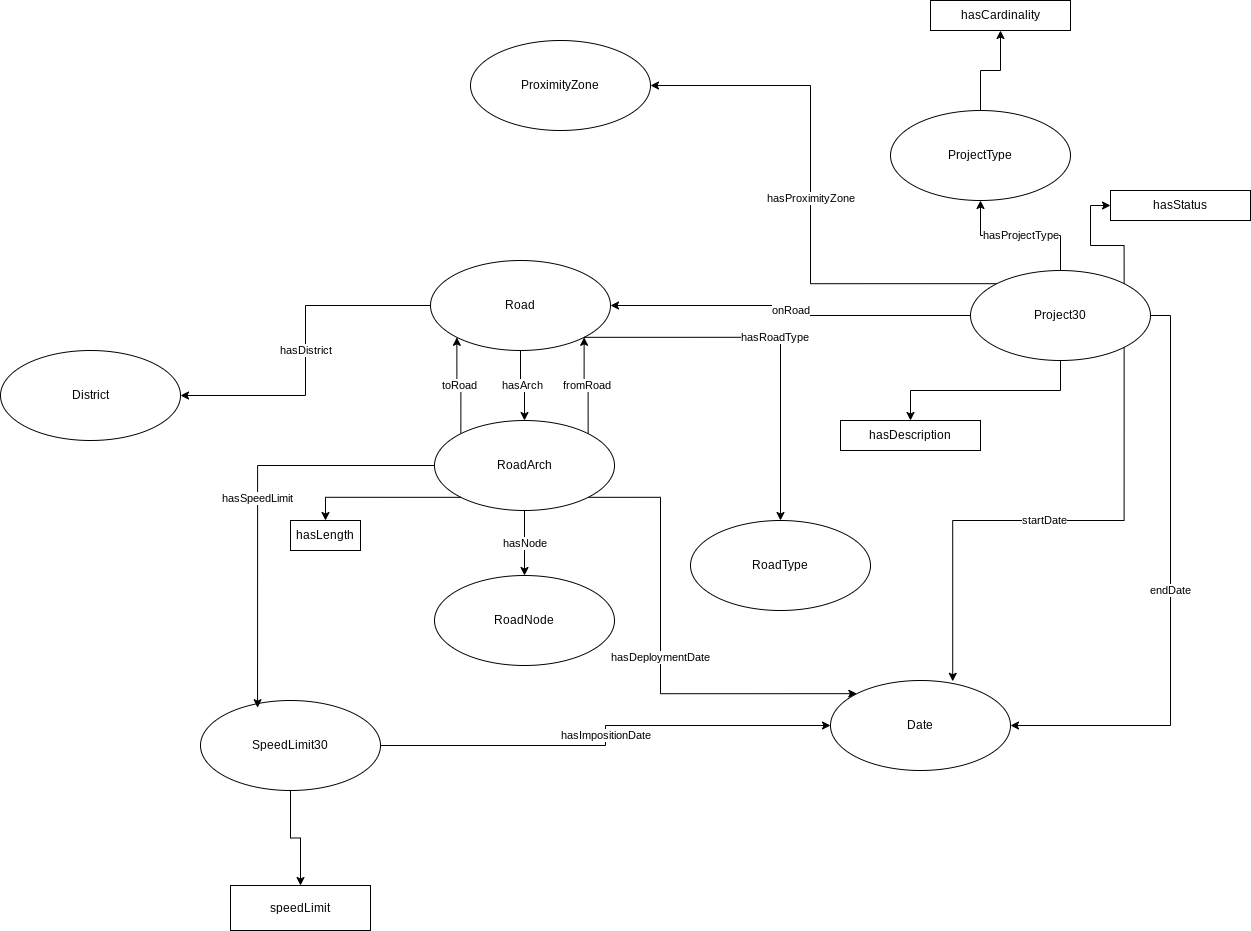
marcomartini97/BTP keeps this draw.io diagram as development/ontology/Roads-SpeedLimit-30 ontology/img/BTP_Roads.png. Above is the earlier version. Source tidied: cells renumbered, new cells last; positions are measured from the earlier drawing's top-left corner, leaving out a move shared by most shapes.
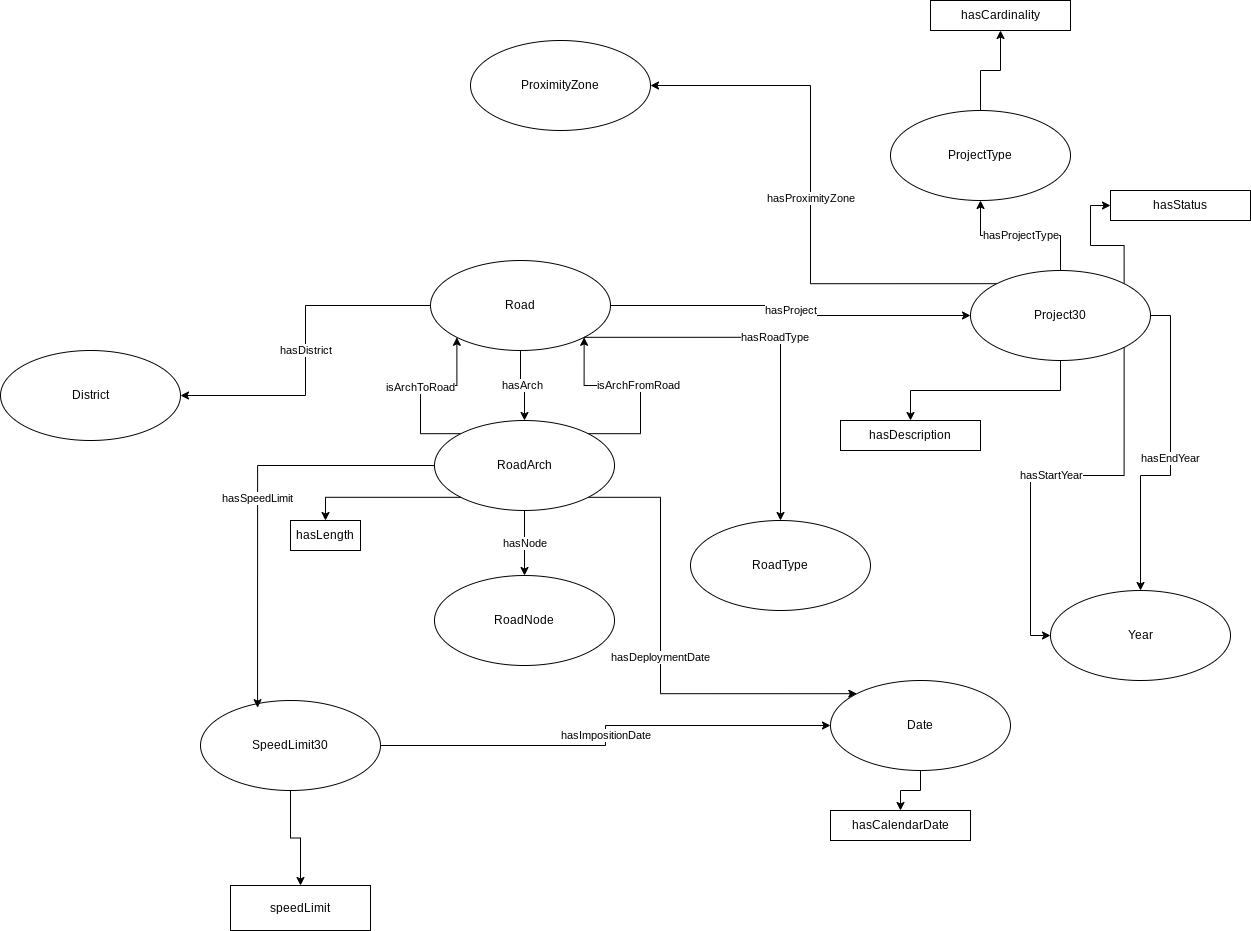
After the commit.

Commit message:
Reflect some changes in the diagram, fixed IRI again, added dataproperty to Year

Diff of the diagram source:
```diff
@@ -8,6 +8,9 @@
     <mxCell id="3" value="hasDistrict" style="edgeStyle=orthogonalEdgeStyle;rounded=0;jettySize=auto;html=1;" parent="1" edge="1" source="4" target="14">
       <mxGeometry relative="1" as="geometry" />
     </mxCell>
+    <mxCell id="36" value="hasProject" style="edgeStyle=orthogonalEdgeStyle;rounded=0;jettySize=auto;html=1;" parent="1" edge="1" source="4" target="21">
+      <mxGeometry relative="1" as="geometry" />
+    </mxCell>
     <mxCell id="4" value="Road" style="ellipse;whiteSpace=wrap;html=1;" parent="1" vertex="1">
       <mxGeometry x="430" y="260" width="180" height="90" as="geometry" />
     </mxCell>
@@ -17,11 +20,23 @@
     <mxCell id="6" value="hasRoadType" style="edgeStyle=orthogonalEdgeStyle;rounded=0;jettySize=auto;html=1;exitX=1;exitY=1;exitDx=0;exitDy=0;entryX=0.5;entryY=0;entryDx=0;entryDy=0;" parent="1" edge="1" source="4" target="22">
       <mxGeometry relative="1" as="geometry" />
     </mxCell>
-    <mxCell id="7" value="toRoad" style="edgeStyle=orthogonalEdgeStyle;rounded=0;jettySize=auto;html=1;exitX=0;exitY=0;exitDx=0;exitDy=0;entryX=0;entryY=1;entryDx=0;entryDy=0;" parent="1" edge="1" source="10" target="4">
-      <mxGeometry relative="1" as="geometry" />
+    <mxCell id="7" value="isArchToRoad" style="edgeStyle=orthogonalEdgeStyle;rounded=0;jettySize=auto;html=1;exitX=0;exitY=0;exitDx=0;exitDy=0;entryX=0;entryY=1;entryDx=0;entryDy=0;" parent="1" edge="1" source="10" target="4">
+      <mxGeometry relative="1" as="geometry">
+        <Array as="points">
+          <mxPoint x="420" y="433" />
+          <mxPoint x="420" y="385" />
+          <mxPoint x="456" y="385" />
+        </Array>
+      </mxGeometry>
     </mxCell>
-    <mxCell id="8" value="fromRoad" style="edgeStyle=orthogonalEdgeStyle;rounded=0;jettySize=auto;html=1;exitX=1;exitY=0;exitDx=0;exitDy=0;entryX=1;entryY=1;entryDx=0;entryDy=0;" parent="1" edge="1" source="10" target="4">
-      <mxGeometry relative="1" as="geometry" />
+    <mxCell id="8" value="isArchFromRoad" style="edgeStyle=orthogonalEdgeStyle;rounded=0;jettySize=auto;html=1;exitX=1;exitY=0;exitDx=0;exitDy=0;entryX=1;entryY=1;entryDx=0;entryDy=0;" parent="1" edge="1" source="10" target="4">
+      <mxGeometry relative="1" as="geometry">
+        <Array as="points">
+          <mxPoint x="640" y="433" />
+          <mxPoint x="640" y="385" />
+          <mxPoint x="584" y="385" />
+        </Array>
+      </mxGeometry>
     </mxCell>
     <mxCell id="9" value="hasDeploymentDate" style="edgeStyle=orthogonalEdgeStyle;rounded=0;jettySize=auto;html=1;exitX=1;exitY=1;exitDx=0;exitDy=0;entryX=0;entryY=0;entryDx=0;entryDy=0;" parent="1" edge="1" source="10" target="29">
       <mxGeometry relative="1" as="geometry">
@@ -46,9 +61,6 @@
     <mxCell id="14" value="District" style="ellipse;whiteSpace=wrap;html=1;" parent="1" vertex="1">
       <mxGeometry y="350" width="180" height="90" as="geometry" />
     </mxCell>
-    <mxCell id="15" value="onRoad" style="edgeStyle=orthogonalEdgeStyle;rounded=0;jettySize=auto;html=1;entryX=1;entryY=0.5;entryDx=0;entryDy=0;" parent="1" edge="1" source="21" target="4">
-      <mxGeometry relative="1" as="geometry" />
-    </mxCell>
     <mxCell id="16" value="hasProjectType" style="edgeStyle=orthogonalEdgeStyle;rounded=0;jettySize=auto;html=1;entryX=0.5;entryY=1;entryDx=0;entryDy=0;" parent="1" edge="1" source="21" target="24">
       <mxGeometry relative="1" as="geometry" />
     </mxCell>
@@ -58,7 +70,7 @@
     <mxCell id="18" value="hasProximityZone" style="edgeStyle=orthogonalEdgeStyle;rounded=0;jettySize=auto;html=1;exitX=0;exitY=0;exitDx=0;exitDy=0;entryX=1;entryY=0.5;entryDx=0;entryDy=0;" parent="1" edge="1" source="21" target="27">
       <mxGeometry relative="1" as="geometry" />
     </mxCell>
-    <mxCell id="19" value="endDate" style="edgeStyle=orthogonalEdgeStyle;rounded=0;jettySize=auto;html=1;exitX=1;exitY=0.5;exitDx=0;exitDy=0;entryX=1;entryY=0.5;entryDx=0;entryDy=0;" parent="1" edge="1" source="21" target="29">
+    <mxCell id="19" value="hasEndYear" style="edgeStyle=orthogonalEdgeStyle;rounded=0;jettySize=auto;html=1;exitX=1;exitY=0.5;exitDx=0;exitDy=0;entryX=0.5;entryY=0;entryDx=0;entryDy=0;" parent="1" edge="1" source="21" target="39">
       <mxGeometry relative="1" as="geometry" />
     </mxCell>
     <mxCell id="20" style="edgeStyle=orthogonalEdgeStyle;rounded=0;jettySize=auto;html=1;exitX=1;exitY=0;exitDx=0;exitDy=0;entryX=0;entryY=0.5;entryDx=0;entryDy=0;" parent="1" edge="1" source="21" target="28">
@@ -88,10 +100,13 @@
     <mxCell id="28" value="hasStatus" style="whiteSpace=wrap;html=1;" parent="1" vertex="1">
       <mxGeometry x="1110" y="190" width="140" height="30" as="geometry" />
     </mxCell>
+    <mxCell id="37" style="edgeStyle=orthogonalEdgeStyle;rounded=0;jettySize=auto;html=1;entryX=0.5;entryY=0;entryDx=0;entryDy=0;" parent="1" edge="1" source="29" target="38">
+      <mxGeometry relative="1" as="geometry" />
+    </mxCell>
     <mxCell id="29" value="Date" style="ellipse;whiteSpace=wrap;html=1;" parent="1" vertex="1">
       <mxGeometry x="830" y="680" width="180" height="90" as="geometry" />
     </mxCell>
-    <mxCell id="30" value="startDate" style="edgeStyle=orthogonalEdgeStyle;rounded=0;jettySize=auto;html=1;exitX=1;exitY=1;exitDx=0;exitDy=0;entryX=0.679;entryY=0.009;entryDx=0;entryDy=0;entryPerimeter=0;" parent="1" edge="1" source="21" target="29">
+    <mxCell id="30" value="hasStartYear" style="edgeStyle=orthogonalEdgeStyle;rounded=0;jettySize=auto;html=1;exitX=1;exitY=1;exitDx=0;exitDy=0;entryX=0;entryY=0.5;entryDx=0;entryDy=0;" parent="1" edge="1" source="21" target="39">
       <mxGeometry relative="1" as="geometry" />
     </mxCell>
     <mxCell id="31" value="hasImpositionDate" style="edgeStyle=orthogonalEdgeStyle;rounded=0;jettySize=auto;html=1;" parent="1" edge="1" source="33" target="29">
@@ -109,5 +124,11 @@
     <mxCell id="35" value="speedLimit" style="whiteSpace=wrap;html=1;" parent="1" vertex="1">
       <mxGeometry x="230" y="885" width="140" height="45" as="geometry" />
     </mxCell>
+    <mxCell id="38" value="hasCalendarDate" style="whiteSpace=wrap;html=1;" parent="1" vertex="1">
+      <mxGeometry x="830" y="810" width="140" height="30" as="geometry" />
+    </mxCell>
+    <mxCell id="39" value="Year" style="ellipse;whiteSpace=wrap;html=1;" parent="1" vertex="1">
+      <mxGeometry x="1050" y="590" width="180" height="90" as="geometry" />
+    </mxCell>
   </root>
 </mxGraphModel>
```
